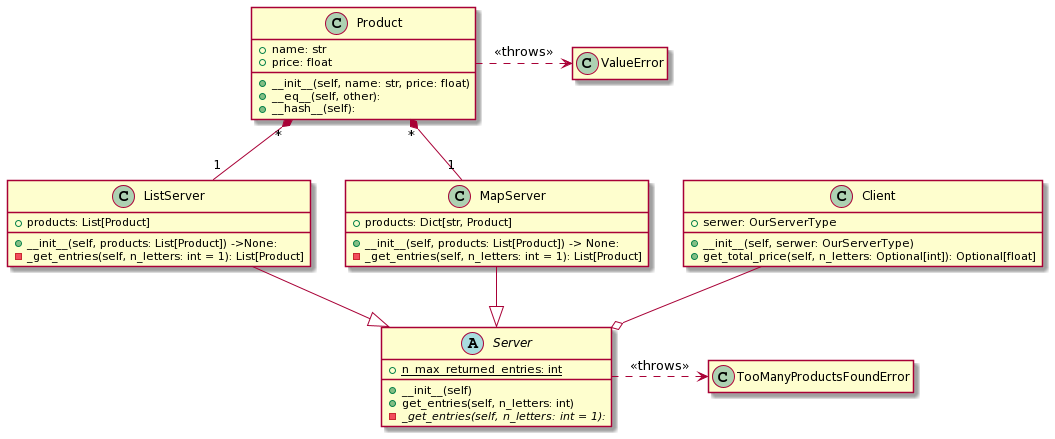
The PlantUML diagram diagram.png in Julnowak/Serwery_Python, before a commit.
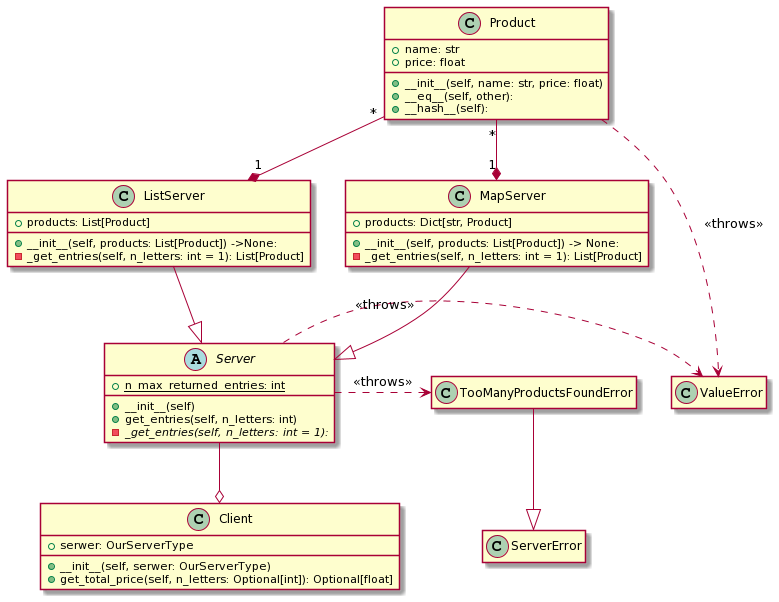
After the change.

Change to the diagram source:
```diff
@@ -8,8 +8,8 @@
     +__hash__(self):
 }
 
-Product "*" *-- "1" ListServer
-Product "*" *-- "1" MapServer
+Product "*" --* "1" ListServer
+Product "*" --* "1" MapServer
 
 
 Product .> ValueError: "<< throws >>"
@@ -41,10 +41,18 @@
     + serwer: OurServerType
     + get_total_price(self, n_letters: Optional[int]): Optional[float]
 }
+class ServerError{
+
+}
+class TooManyProductsFoundError{
+
+}
+
+TooManyProductsFoundError --|> ServerError
+
+Server .> TooManyProductsFoundError: "<< throws >>"
+Server .> ValueError: "<< throws >>"
 
 
-
-Server .> TooManyProductsFoundError: "<< throws >>"
-
-Client --o Server
+Server --o Client
 @enduml
```
